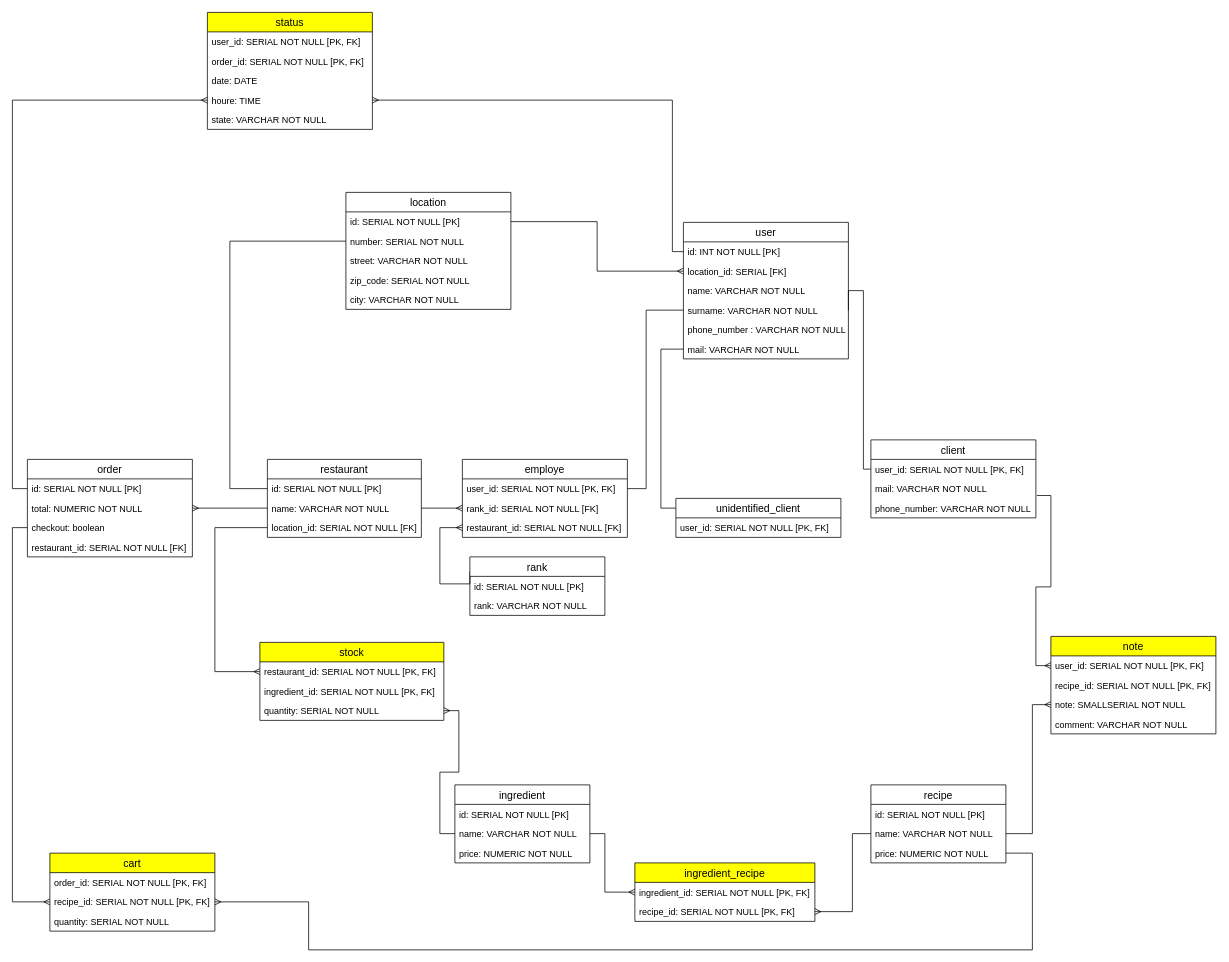
The draw.io diagram MPD.drawio in damien-devpy/OC-P6, before the edit. Source tidied: cells renumbered, new cells numbered last; positions are measured from the earlier drawing's top-left corner, leaving out a move shared by most shapes. Both pictures are drawn from the tidied source at 75%, with x=0, y=0 at pixel (12, 12).
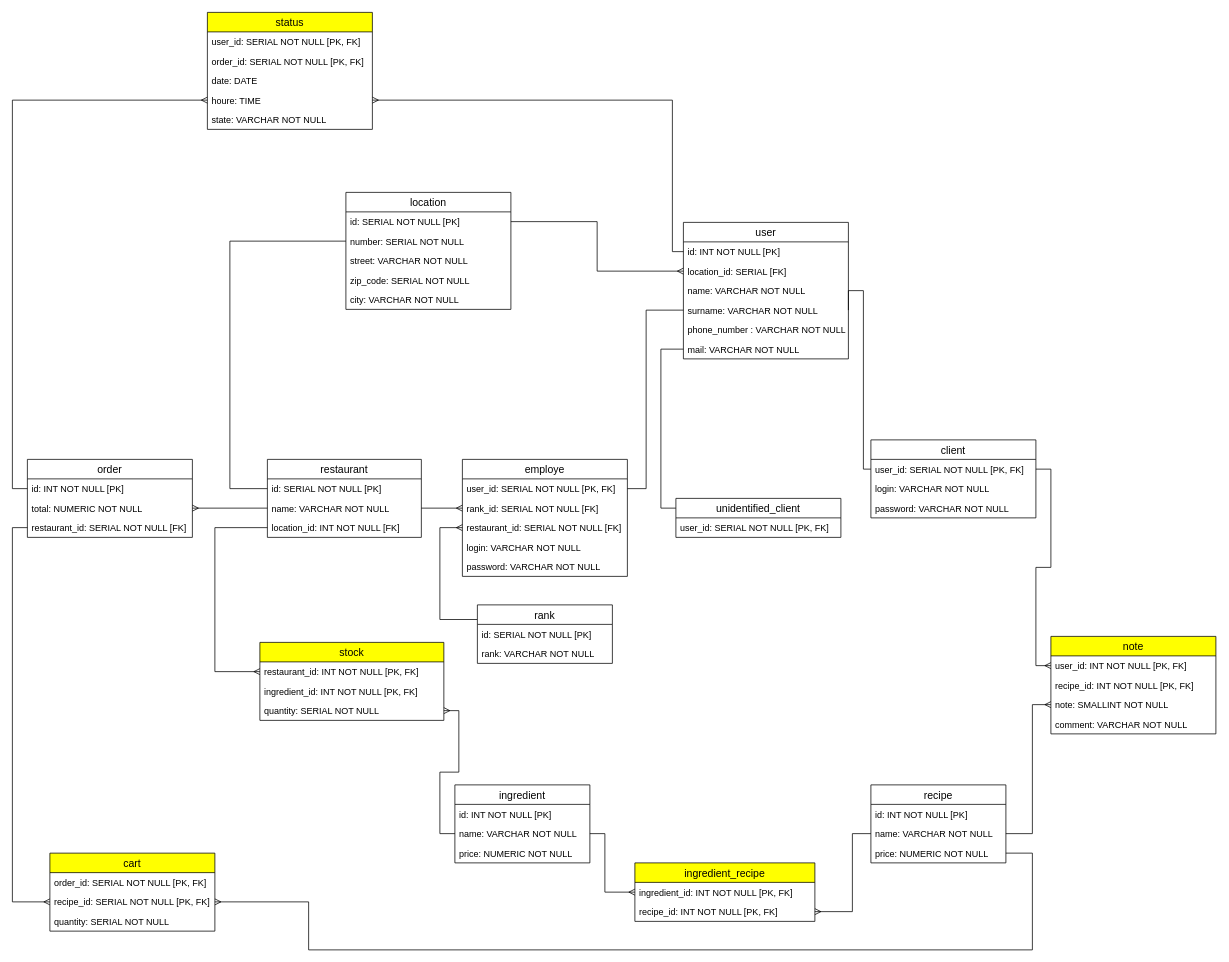
Above is the later version.

Commit message (it also covers changes not shown here):
Add sql script

Unchanged cells that the change refers to:
```xml
<mxCell id="25" value="client" style="swimlane;fontStyle=0;horizontal=1;startSize=26;align=center;fontSize=14;labelBackgroundColor=#ffffff;strokeColor=#000000;" parent="1" vertex="1">
  <mxGeometry x="1144.7" y="570" width="220" height="104" as="geometry" />
</mxCell>
<mxCell id="26" value="user_id: SERIAL NOT NULL [PK, FK]" style="text;strokeColor=none;fillColor=none;spacingLeft=4;spacingRight=4;overflow=hidden;points=[[0,0.5],[1,0.5]];portConstraint=eastwest;fontSize=12;" parent="25" vertex="1">
  <mxGeometry y="26" width="220" height="26" as="geometry" />
</mxCell>
<mxCell id="31" value="note" style="swimlane;fontStyle=0;horizontal=1;startSize=26;align=center;fontSize=14;labelBackgroundColor=none;strokeColor=#000000;fillColor=#FFFF00;" parent="1" vertex="1">
  <mxGeometry x="1384.7" y="832" width="220" height="130" as="geometry" />
</mxCell>
<mxCell id="55" value="restaurant" style="swimlane;fontStyle=0;horizontal=1;startSize=26;align=center;fontSize=14;labelBackgroundColor=#ffffff;strokeColor=#000000;" parent="1" vertex="1">
  <mxGeometry x="340" y="596" width="205.3" height="104" as="geometry" />
</mxCell>
<mxCell id="62" value="restaurant_id: SERIAL NOT NULL [FK]" style="text;strokeColor=none;fillColor=none;spacingLeft=4;spacingRight=4;overflow=hidden;points=[[0,0.5],[1,0.5]];portConstraint=eastwest;fontSize=12;" parent="59" vertex="1">
  <mxGeometry y="78" width="220" height="26" as="geometry" />
</mxCell>
<mxCell id="66" value="stock" style="swimlane;fontStyle=0;horizontal=1;startSize=26;align=center;fontSize=14;labelBackgroundColor=none;strokeColor=#000000;fillColor=#FFFF00;" parent="1" vertex="1">
  <mxGeometry x="330" y="840" width="245.3" height="104" as="geometry" />
</mxCell>
<mxCell id="72" value="recipe_id: SERIAL NOT NULL [PK, FK]" style="text;strokeColor=none;fillColor=none;spacingLeft=4;spacingRight=4;overflow=hidden;points=[[0,0.5],[1,0.5]];portConstraint=eastwest;fontSize=12;" parent="70" vertex="1">
  <mxGeometry y="52" width="220" height="26" as="geometry" />
</mxCell>
<mxCell id="74" value="recipe" style="swimlane;fontStyle=0;horizontal=1;startSize=26;align=center;fontSize=14;" parent="1" vertex="1">
  <mxGeometry x="1144.7" y="1030" width="180" height="104" as="geometry" />
</mxCell>
<mxCell id="78" value="ingredient" style="swimlane;fontStyle=0;horizontal=1;startSize=26;align=center;fontSize=14;" parent="1" vertex="1">
  <mxGeometry x="590" y="1030" width="180" height="104" as="geometry" />
</mxCell>
<mxCell id="82" value="ingredient_recipe" style="swimlane;fontStyle=0;horizontal=1;startSize=26;align=center;fontSize=14;labelBackgroundColor=none;strokeColor=#000000;fillColor=#FFFF00;" parent="1" vertex="1">
  <mxGeometry x="830" y="1134" width="240" height="78" as="geometry" />
</mxCell>
```

The edit, as a diff of the source:
```diff
@@
     <mxCell id="3" style="edgeStyle=orthogonalEdgeStyle;rounded=0;jettySize=auto;html=1;exitX=0;exitY=0.25;exitDx=0;exitDy=0;entryX=0;entryY=0.5;entryDx=0;entryDy=0;endArrow=ERmany;endFill=0;" parent="1" edge="1" source="63" target="62">
       <mxGeometry relative="1" as="geometry">
         <Array as="points">
-          <mxPoint x="570" y="762" />
+          <mxPoint x="570" y="809" />
           <mxPoint x="570" y="687" />
         </Array>
       </mxGeometry>
     </mxCell>
@@
-    <mxCell id="14" style="edgeStyle=orthogonalEdgeStyle;rounded=0;jettySize=auto;html=1;exitX=0;exitY=0.5;exitDx=0;exitDy=0;entryX=1.006;entryY=-0.148;entryDx=0;entryDy=0;entryPerimeter=0;startArrow=ERmany;startFill=0;endArrow=none;endFill=0;" parent="1" edge="1" source="32" target="28">
+    <mxCell id="14" style="edgeStyle=orthogonalEdgeStyle;rounded=0;jettySize=auto;html=1;exitX=0;exitY=0.5;exitDx=0;exitDy=0;entryX=1;entryY=0.5;entryDx=0;entryDy=0;startArrow=ERmany;startFill=0;endArrow=none;endFill=0;" parent="1" edge="1" source="32" target="26">
       <mxGeometry relative="1" as="geometry" />
     </mxCell>
@@
-    <mxCell id="16" style="edgeStyle=orthogonalEdgeStyle;rounded=0;jettySize=auto;html=1;entryX=0;entryY=0.5;entryDx=0;entryDy=0;startArrow=ERmany;startFill=0;endArrow=none;endFill=0;exitX=0;exitY=0.5;exitDx=0;exitDy=0;" parent="1" edge="1" source="72" target="53">
+    <mxCell id="16" style="edgeStyle=orthogonalEdgeStyle;rounded=0;jettySize=auto;html=1;entryX=0;entryY=0.5;entryDx=0;entryDy=0;startArrow=ERmany;startFill=0;endArrow=none;endFill=0;exitX=0;exitY=0.5;exitDx=0;exitDy=0;" parent="1" edge="1" source="72">
       <mxGeometry relative="1" as="geometry">
+        <mxPoint x="20" y="687" as="targetPoint" />
         <Array as="points">
           <mxPoint y="1186" />
           <mxPoint y="687" />
         </Array>
       </mxGeometry>
     </mxCell>
@@
-    <mxCell id="27" value="mail: VARCHAR NOT NULL" style="text;strokeColor=none;fillColor=none;spacingLeft=4;spacingRight=4;overflow=hidden;fontSize=12;" parent="25" vertex="1">
-      <mxGeometry y="52" width="220" height="26" as="geometry" />
-    </mxCell>
-    <mxCell id="28" value="phone_number: VARCHAR NOT NULL" style="text;strokeColor=none;fillColor=none;spacingLeft=4;spacingRight=4;overflow=hidden;points=[[0,0.5],[1,0.5]];portConstraint=eastwest;fontSize=12;" parent="25" vertex="1">
-      <mxGeometry y="78" width="220" height="26" as="geometry" />
-    </mxCell>
+    <mxCell id="85" value="login: VARCHAR NOT NULL" style="text;strokeColor=none;fillColor=none;spacingLeft=4;spacingRight=4;overflow=hidden;fontSize=12;" parent="25" vertex="1">
+      <mxGeometry y="52" width="220" height="26" as="geometry" />
+    </mxCell>
+    <mxCell id="86" value="password: VARCHAR NOT NULL" style="text;strokeColor=none;fillColor=none;spacingLeft=4;spacingRight=4;overflow=hidden;fontSize=12;" parent="25" vertex="1">
+      <mxGeometry y="78" width="220" height="26" as="geometry" />
+    </mxCell>
@@
-    <mxCell id="32" value="user_id: SERIAL NOT NULL [PK, FK]" style="text;strokeColor=none;fillColor=none;spacingLeft=4;spacingRight=4;overflow=hidden;points=[[0,0.5],[1,0.5]];portConstraint=eastwest;fontSize=12;" parent="31" vertex="1">
+    <mxCell id="32" value="user_id: INT NOT NULL [PK, FK]" style="text;strokeColor=none;fillColor=none;spacingLeft=4;spacingRight=4;overflow=hidden;points=[[0,0.5],[1,0.5]];portConstraint=eastwest;fontSize=12;" parent="31" vertex="1">
       <mxGeometry y="26" width="220" height="26" as="geometry" />
     </mxCell>
-    <mxCell id="33" value="recipe_id: SERIAL NOT NULL [PK, FK]" style="text;strokeColor=none;fillColor=none;spacingLeft=4;spacingRight=4;overflow=hidden;fontSize=12;" parent="31" vertex="1">
+    <mxCell id="33" value="recipe_id: INT NOT NULL [PK, FK]" style="text;strokeColor=none;fillColor=none;spacingLeft=4;spacingRight=4;overflow=hidden;fontSize=12;" parent="31" vertex="1">
       <mxGeometry y="52" width="220" height="26" as="geometry" />
     </mxCell>
-    <mxCell id="34" value="note: SMALLSERIAL NOT NULL" style="text;strokeColor=none;fillColor=none;spacingLeft=4;spacingRight=4;overflow=hidden;points=[[0,0.5],[1,0.5]];portConstraint=eastwest;fontSize=12;" parent="31" vertex="1">
+    <mxCell id="34" value="note: SMALLINT NOT NULL" style="text;strokeColor=none;fillColor=none;spacingLeft=4;spacingRight=4;overflow=hidden;points=[[0,0.5],[1,0.5]];portConstraint=eastwest;fontSize=12;" parent="31" vertex="1">
       <mxGeometry y="78" width="220" height="26" as="geometry" />
     </mxCell>
@@
     <mxCell id="50" value="order" style="swimlane;fontStyle=0;horizontal=1;startSize=26;align=center;fontSize=14;labelBackgroundColor=#ffffff;strokeColor=#000000;" parent="1" vertex="1">
-      <mxGeometry x="20" y="596" width="220" height="130" as="geometry" />
+      <mxGeometry x="20" y="596" width="220" height="104" as="geometry" />
     </mxCell>
-    <mxCell id="51" value="id: SERIAL NOT NULL [PK]" style="text;strokeColor=none;fillColor=none;spacingLeft=4;spacingRight=4;overflow=hidden;points=[[0,0.5],[1,0.5]];portConstraint=eastwest;fontSize=12;" parent="50" vertex="1">
+    <mxCell id="51" value="id: INT NOT NULL [PK]" style="text;strokeColor=none;fillColor=none;spacingLeft=4;spacingRight=4;overflow=hidden;points=[[0,0.5],[1,0.5]];portConstraint=eastwest;fontSize=12;" parent="50" vertex="1">
       <mxGeometry y="26" width="220" height="26" as="geometry" />
     </mxCell>
@@
-    <mxCell id="53" value="checkout: boolean" style="text;strokeColor=none;fillColor=none;spacingLeft=4;spacingRight=4;overflow=hidden;points=[[0,0.5],[1,0.5]];portConstraint=eastwest;fontSize=12;" parent="50" vertex="1">
-      <mxGeometry y="78" width="220" height="26" as="geometry" />
-    </mxCell>
     <mxCell id="54" value="restaurant_id: SERIAL NOT NULL [FK]" style="text;strokeColor=none;fillColor=none;spacingLeft=4;spacingRight=4;overflow=hidden;fontSize=12;" parent="50" vertex="1">
-      <mxGeometry y="104" width="220" height="26" as="geometry" />
+      <mxGeometry y="78" width="220" height="26" as="geometry" />
     </mxCell>
@@
-    <mxCell id="58" value="location_id: SERIAL NOT NULL [FK]" style="text;strokeColor=none;fillColor=none;spacingLeft=4;spacingRight=4;overflow=hidden;points=[[0,0.5],[1,0.5]];portConstraint=eastwest;fontSize=12;" parent="55" vertex="1">
+    <mxCell id="58" value="location_id: INT NOT NULL [FK]" style="text;strokeColor=none;fillColor=none;spacingLeft=4;spacingRight=4;overflow=hidden;points=[[0,0.5],[1,0.5]];portConstraint=eastwest;fontSize=12;" parent="55" vertex="1">
       <mxGeometry y="78" width="205.3" height="26" as="geometry" />
     </mxCell>
     <mxCell id="59" value="employe" style="swimlane;fontStyle=0;horizontal=1;startSize=26;align=center;fontSize=14;labelBackgroundColor=#ffffff;strokeColor=#000000;" parent="1" vertex="1">
-      <mxGeometry x="600" y="596" width="220" height="104" as="geometry" />
+      <mxGeometry x="600" y="596" width="220" height="156" as="geometry" />
     </mxCell>
@@
-    <mxCell id="63" value="rank" style="swimlane;fontStyle=0;horizontal=1;startSize=26;align=center;fontSize=14;labelBackgroundColor=#ffffff;strokeColor=#000000;" parent="1" vertex="1">
-      <mxGeometry x="610" y="726" width="180" height="78" as="geometry" />
-    </mxCell>
-    <mxCell id="64" value="id: SERIAL NOT NULL [PK]" style="text;strokeColor=none;fillColor=none;spacingLeft=4;spacingRight=4;overflow=hidden;fontSize=12;" parent="63" vertex="1">
-      <mxGeometry y="26" width="180" height="26" as="geometry" />
-    </mxCell>
-    <mxCell id="65" value="rank: VARCHAR NOT NULL" style="text;strokeColor=none;fillColor=none;spacingLeft=4;spacingRight=4;overflow=hidden;fontSize=12;" parent="63" vertex="1">
-      <mxGeometry y="52" width="180" height="26" as="geometry" />
-    </mxCell>
+    <mxCell id="87" value="login: VARCHAR NOT NULL" style="text;strokeColor=none;fillColor=none;spacingLeft=4;spacingRight=4;overflow=hidden;fontSize=12;" parent="59" vertex="1">
+      <mxGeometry y="104" width="220" height="26" as="geometry" />
+    </mxCell>
+    <mxCell id="88" value="password: VARCHAR NOT NULL" style="text;strokeColor=none;fillColor=none;spacingLeft=4;spacingRight=4;overflow=hidden;fontSize=12;" parent="59" vertex="1">
+      <mxGeometry y="130" width="220" height="26" as="geometry" />
+    </mxCell>
@@
-    <mxCell id="67" value="restaurant_id: SERIAL NOT NULL [PK, FK]" style="text;strokeColor=none;fillColor=none;spacingLeft=4;spacingRight=4;overflow=hidden;points=[[0,0.5],[1,0.5]];portConstraint=eastwest;fontSize=12;" parent="66" vertex="1">
+    <mxCell id="67" value="restaurant_id: INT NOT NULL [PK, FK]" style="text;strokeColor=none;fillColor=none;spacingLeft=4;spacingRight=4;overflow=hidden;points=[[0,0.5],[1,0.5]];portConstraint=eastwest;fontSize=12;" parent="66" vertex="1">
       <mxGeometry y="26" width="245.3" height="26" as="geometry" />
     </mxCell>
-    <mxCell id="68" value="ingredient_id: SERIAL NOT NULL [PK, FK]" style="text;strokeColor=none;fillColor=none;spacingLeft=4;spacingRight=4;overflow=hidden;fontSize=12;" parent="66" vertex="1">
+    <mxCell id="68" value="ingredient_id: INT NOT NULL [PK, FK]" style="text;strokeColor=none;fillColor=none;spacingLeft=4;spacingRight=4;overflow=hidden;fontSize=12;" parent="66" vertex="1">
       <mxGeometry y="52" width="245.3" height="26" as="geometry" />
     </mxCell>
@@
-    <mxCell id="75" value="id: SERIAL NOT NULL [PK]" style="text;strokeColor=none;fillColor=none;spacingLeft=4;spacingRight=4;overflow=hidden;fontSize=12;labelBackgroundColor=#ffffff;" parent="74" vertex="1">
+    <mxCell id="75" value="id: INT NOT NULL [PK]" style="text;strokeColor=none;fillColor=none;spacingLeft=4;spacingRight=4;overflow=hidden;fontSize=12;labelBackgroundColor=#ffffff;" parent="74" vertex="1">
       <mxGeometry y="26" width="180" height="26" as="geometry" />
     </mxCell>
@@
-    <mxCell id="79" value="id: SERIAL NOT NULL [PK]" style="text;strokeColor=none;fillColor=none;spacingLeft=4;spacingRight=4;overflow=hidden;fontSize=12;labelBackgroundColor=#ffffff;" parent="78" vertex="1">
+    <mxCell id="79" value="id: INT NOT NULL [PK]" style="text;strokeColor=none;fillColor=none;spacingLeft=4;spacingRight=4;overflow=hidden;fontSize=12;labelBackgroundColor=#ffffff;" parent="78" vertex="1">
       <mxGeometry y="26" width="180" height="26" as="geometry" />
     </mxCell>
@@
-    <mxCell id="83" value="ingredient_id: SERIAL NOT NULL [PK, FK]" style="text;strokeColor=none;fillColor=none;spacingLeft=4;spacingRight=4;overflow=hidden;points=[[0,0.5],[1,0.5]];portConstraint=eastwest;fontSize=12;" parent="82" vertex="1">
+    <mxCell id="83" value="ingredient_id: INT NOT NULL [PK, FK]" style="text;strokeColor=none;fillColor=none;spacingLeft=4;spacingRight=4;overflow=hidden;points=[[0,0.5],[1,0.5]];portConstraint=eastwest;fontSize=12;" parent="82" vertex="1">
       <mxGeometry y="26" width="240" height="26" as="geometry" />
     </mxCell>
-    <mxCell id="84" value="recipe_id: SERIAL NOT NULL [PK, FK]" style="text;strokeColor=none;fillColor=none;spacingLeft=4;spacingRight=4;overflow=hidden;points=[[0,0.5],[1,0.5]];portConstraint=eastwest;fontSize=12;" parent="82" vertex="1">
+    <mxCell id="84" value="recipe_id: INT NOT NULL [PK, FK]" style="text;strokeColor=none;fillColor=none;spacingLeft=4;spacingRight=4;overflow=hidden;points=[[0,0.5],[1,0.5]];portConstraint=eastwest;fontSize=12;" parent="82" vertex="1">
       <mxGeometry y="52" width="240" height="26" as="geometry" />
     </mxCell>
+    <mxCell id="63" value="rank" style="swimlane;fontStyle=0;horizontal=1;startSize=26;align=center;fontSize=14;labelBackgroundColor=#ffffff;strokeColor=#000000;" parent="1" vertex="1">
+      <mxGeometry x="620" y="790" width="180" height="78" as="geometry" />
+    </mxCell>
+    <mxCell id="64" value="id: SERIAL NOT NULL [PK]" style="text;strokeColor=none;fillColor=none;spacingLeft=4;spacingRight=4;overflow=hidden;fontSize=12;" parent="63" vertex="1">
+      <mxGeometry y="26" width="180" height="26" as="geometry" />
+    </mxCell>
+    <mxCell id="65" value="rank: VARCHAR NOT NULL" style="text;strokeColor=none;fillColor=none;spacingLeft=4;spacingRight=4;overflow=hidden;fontSize=12;" parent="63" vertex="1">
+      <mxGeometry y="52" width="180" height="26" as="geometry" />
+    </mxCell>
```
